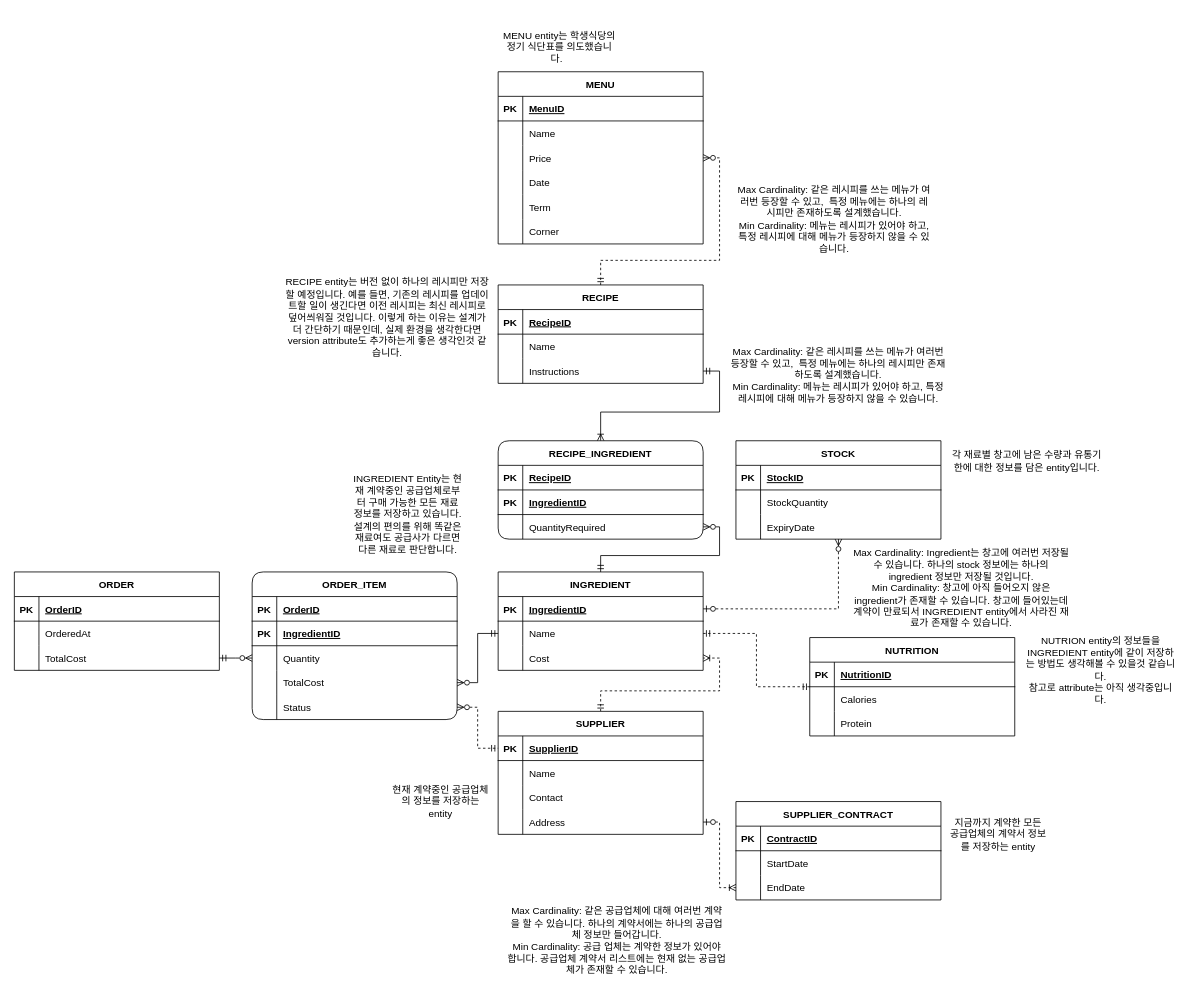
Before: resource/FOOD_CRM.drawio in cryscham123/ERdiagram, a draw.io diagram. Source tidied: cells renumbered, new cells numbered last; positions are measured from the earlier drawing's top-left corner, leaving out a move shared by most shapes. Both pictures are drawn from the tidied source at 82%, with x=0, y=0 at pixel (14, 14).
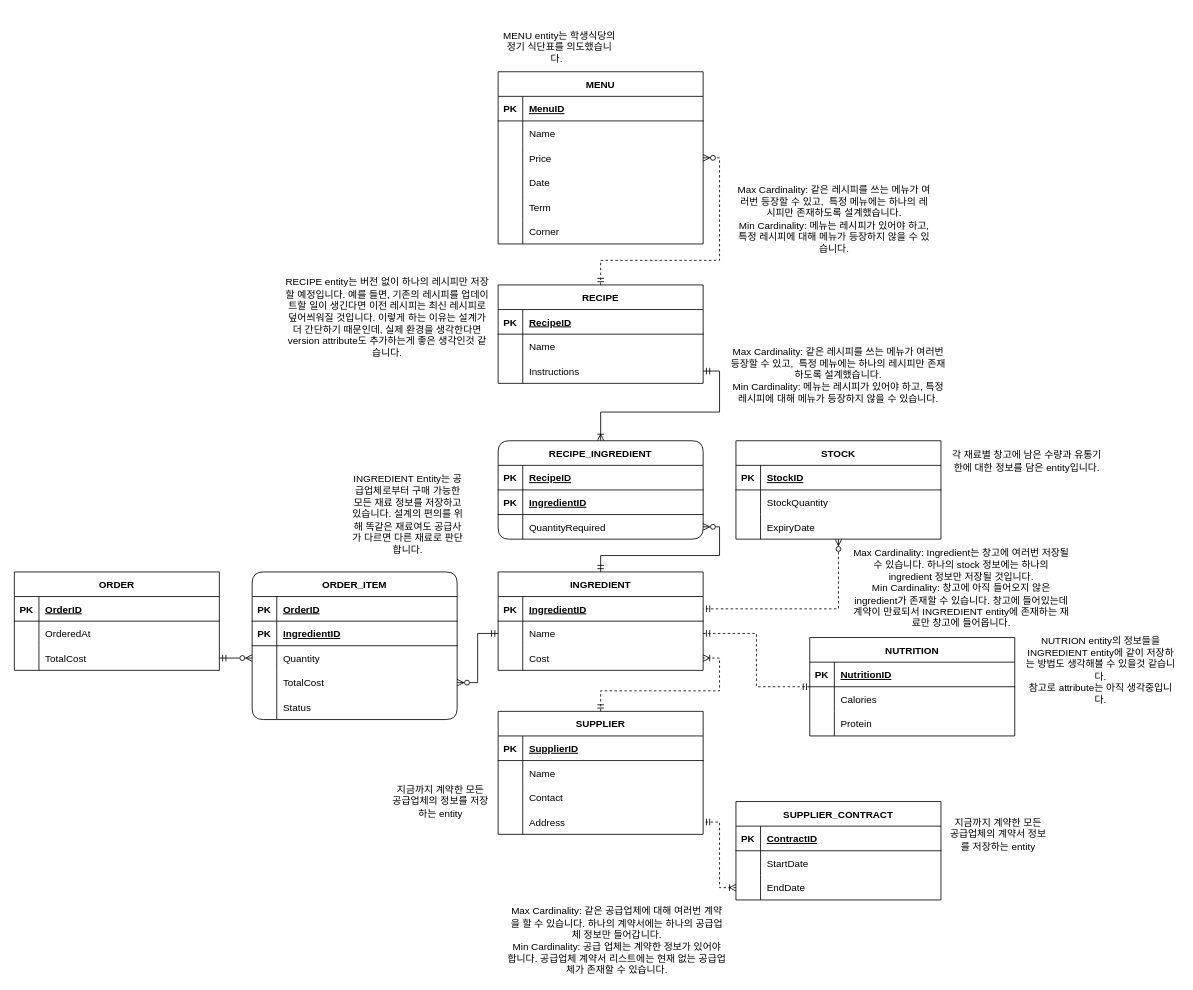
After the change.

Unchanged cells that the change refers to:
```xml
<mxCell id="4" style="shape=partialRectangle;fillColor=none;points=[[0,0.5],[1,0.5]];portConstraint=eastwest;top=0;left=0;right=0;bottom=1;" parent="3" vertex="1">
  <mxGeometry y="30" width="250" height="30" as="geometry" />
</mxCell>
<mxCell id="25" style="shape=partialRectangle;fillColor=none;points=[[0,0.5],[1,0.5]];portConstraint=eastwest;top=0;left=0;right=0;bottom=1;" parent="24" vertex="1">
  <mxGeometry y="30" width="250" height="30" as="geometry" />
</mxCell>
<mxCell id="34" style="shape=partialRectangle;fillColor=none;points=[[0,0.5],[1,0.5]];portConstraint=eastwest;top=0;left=0;right=0;bottom=0;" parent="24" vertex="1">
  <mxGeometry y="120" width="250" height="30" as="geometry" />
</mxCell>
<mxCell id="44" style="shape=partialRectangle;fillColor=none;points=[[0,0.5],[1,0.5]];portConstraint=eastwest;top=0;left=0;right=0;bottom=0;" parent="37" vertex="1">
  <mxGeometry y="90" width="250" height="30" as="geometry" />
</mxCell>
<mxCell id="60" style="shape=partialRectangle;fillColor=none;points=[[0,0.5],[1,0.5]];portConstraint=eastwest;top=0;left=0;right=0;bottom=0;" parent="47" vertex="1">
  <mxGeometry y="150" width="250" height="30" as="geometry" />
</mxCell>
<mxCell id="105" value="STOCK" style="shape=table;startSize=30;childLayout=tableLayout;rowLines=0;fontStyle=1;align=center;" parent="1" vertex="1">
  <mxGeometry x="880" y="520" width="250" height="120" as="geometry" />
</mxCell>
```

Diff of the diagram source:
```diff
@@
-    <mxCell id="104" style="edgeStyle=orthogonalEdgeStyle;rounded=0;jettySize=auto;html=1;startArrow=ERzeroToMany;startFill=0;endArrow=ERzeroToOne;endFill=0;dashed=1;" parent="1" edge="1" source="105" target="4">
+    <mxCell id="104" style="edgeStyle=orthogonalEdgeStyle;rounded=0;jettySize=auto;html=1;startArrow=ERzeroToMany;startFill=0;endArrow=ERmandOne;endFill=0;dashed=1;" parent="1" edge="1" source="105" target="4">
       <mxGeometry relative="1" as="geometry" />
     </mxCell>
@@
-    <mxCell id="117" style="edgeStyle=orthogonalEdgeStyle;rounded=0;jettySize=auto;html=1;startArrow=ERoneToMany;startFill=0;endArrow=ERzeroToOne;endFill=0;dashed=1;" parent="1" edge="1" source="44" target="34">
+    <mxCell id="117" style="edgeStyle=orthogonalEdgeStyle;rounded=0;jettySize=auto;html=1;startArrow=ERoneToMany;startFill=0;endArrow=ERmandOne;endFill=0;dashed=1;" parent="1" edge="1" source="44" target="34">
       <mxGeometry relative="1" as="geometry" />
     </mxCell>
@@
-    <mxCell id="129" style="edgeStyle=orthogonalEdgeStyle;rounded=0;jettySize=auto;html=1;dashed=1;startArrow=ERzeroToMany;startFill=0;endArrow=ERmandOne;endFill=0;" parent="1" edge="1" source="60" target="25">
-      <mxGeometry relative="1" as="geometry" />
-    </mxCell>
@@
-    <mxCell id="136" value="Max Cardinality: Ingredient는 창고에 여러번 저장될 수 있습니다. 하나의 stock 정보에는 하나의 ingredient 정보만 저장될 것입니다.&lt;div&gt;Min Cardinality: 창고에 아직 들어오지 않은 ingredient가 존재할 수 있습니다. 창고에 들어있는데 계약이 만료되서 INGREDIENT entity에서 사라진 재료가 존재할 수 있습니다.&lt;/div&gt;" style="text;html=1;align=center;verticalAlign=middle;whiteSpace=wrap;rounded=0;" parent="1" vertex="1">
+    <mxCell id="136" value="Max Cardinality: Ingredient는 창고에 여러번 저장될 수 있습니다. 하나의 stock 정보에는 하나의 ingredient 정보만 저장될 것입니다.&lt;div&gt;Min Cardinality: 창고에 아직 들어오지 않은 ingredient가 존재할 수 있습니다. 창고에 들어있는데 계약이 만료되서 INGREDIENT entity에 존재하는 재료만 창고에 들어옵니다.&lt;/div&gt;" style="text;html=1;align=center;verticalAlign=middle;whiteSpace=wrap;rounded=0;" parent="1" vertex="1">
       <mxGeometry x="1020" y="660" width="270" height="80" as="geometry" />
     </mxCell>
@@
-    <mxCell id="139" value="현재 계약중인 공급업체의 정보를 저장하는 entity" style="text;html=1;align=center;verticalAlign=middle;whiteSpace=wrap;rounded=0;" parent="1" vertex="1">
+    <mxCell id="139" value="지금까지 계약한 모든 공급업체의 정보를 저장하는 entity" style="text;html=1;align=center;verticalAlign=middle;whiteSpace=wrap;rounded=0;" parent="1" vertex="1">
       <mxGeometry x="460" y="920" width="120" height="80" as="geometry" />
     </mxCell>
-    <mxCell id="140" value="INGREDIENT Entity는 현재 계약중인 공급업체로부터 구매 가능한 모든 재료 정보를 저장하고 있습니다. 설계의 편의를 위해 똑같은 재료여도 공급사가 다르면 다른 재료로 판단합니다." style="text;html=1;align=center;verticalAlign=middle;whiteSpace=wrap;rounded=0;" parent="1" vertex="1">
+    <mxCell id="140" value="INGREDIENT Entity는 공급업체로부터 구매 가능한 모든 재료 정보를 저장하고 있습니다. 설계의 편의를 위해 똑같은 재료여도 공급사가 다르면 다른 재료로 판단합니다." style="text;html=1;align=center;verticalAlign=middle;whiteSpace=wrap;rounded=0;" parent="1" vertex="1">
       <mxGeometry x="410" y="560" width="140" height="100" as="geometry" />
     </mxCell>
```
